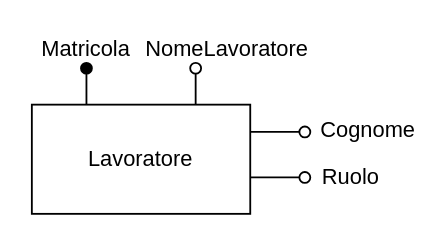
Before: page "Lavoratore" (6 of 8) of Relazione/Schema ER/scheletro.drawio in martafra/BD-Chat-Multicanale, a draw.io diagram. Source tidied: cells renumbered, new cells numbered last; positions are measured from the earlier drawing's top-left corner, leaving out a move shared by most shapes. Both pictures are drawn from the tidied source at 182%, with x=0, y=0 at pixel (31, 31).
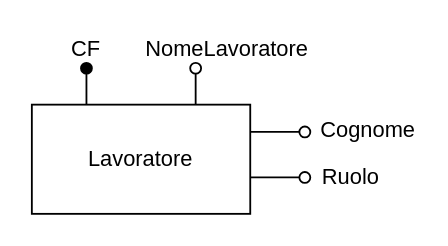
After the change.

What changed in the source:
```diff
@@
 <mxGraphModel>
   <root>
     <mxCell id="0" />
     <mxCell id="1" parent="0" />
     <mxCell id="2" style="edgeStyle=orthogonalEdgeStyle;rounded=0;jettySize=auto;html=1;exitX=0.25;exitY=0;exitDx=0;exitDy=0;endArrow=oval;endFill=1;" parent="1" edge="1" source="5">
       <mxGeometry relative="1" as="geometry">
         <mxPoint x="30" y="20" as="targetPoint" />
       </mxGeometry>
     </mxCell>
     <mxCell id="3" style="edgeStyle=orthogonalEdgeStyle;rounded=0;jettySize=auto;html=1;exitX=0.75;exitY=0;exitDx=0;exitDy=0;endArrow=oval;endFill=0;" parent="1" edge="1" source="5">
       <mxGeometry relative="1" as="geometry">
         <mxPoint x="90" y="20" as="targetPoint" />
       </mxGeometry>
     </mxCell>
     <mxCell id="4" style="edgeStyle=orthogonalEdgeStyle;rounded=0;jettySize=auto;html=1;exitX=1;exitY=0.25;exitDx=0;exitDy=0;endArrow=oval;endFill=0;" parent="1" edge="1" source="5">
       <mxGeometry relative="1" as="geometry">
         <mxPoint x="150" y="55" as="targetPoint" />
       </mxGeometry>
     </mxCell>
     <mxCell id="5" value="Lavoratore" style="rounded=0;whiteSpace=wrap;html=1;" parent="1" vertex="1">
       <mxGeometry y="40" width="120" height="60" as="geometry" />
     </mxCell>
-    <mxCell id="6" value="Matricola" style="text;html=1;strokeColor=none;fillColor=none;align=center;verticalAlign=middle;whiteSpace=wrap;rounded=0;" parent="1" vertex="1">
+    <mxCell id="6" value="CF" style="text;html=1;strokeColor=none;fillColor=none;align=center;verticalAlign=middle;whiteSpace=wrap;rounded=0;" parent="1" vertex="1">
       <mxGeometry x="10" width="40" height="20" as="geometry" />
     </mxCell>
     <mxCell id="7" value="NomeLavoratore" style="text;html=1;strokeColor=none;fillColor=none;align=center;verticalAlign=middle;whiteSpace=wrap;rounded=0;" parent="1" vertex="1">
       <mxGeometry x="62.5" width="89" height="20" as="geometry" />
     </mxCell>
     <mxCell id="8" value="Cognome" style="text;html=1;strokeColor=none;fillColor=none;align=center;verticalAlign=middle;whiteSpace=wrap;rounded=0;" parent="1" vertex="1">
       <mxGeometry x="160" y="44" width="50" height="20" as="geometry" />
     </mxCell>
     <mxCell id="9" style="edgeStyle=orthogonalEdgeStyle;rounded=0;orthogonalLoop=1;jettySize=auto;html=1;exitX=1;exitY=0.25;exitDx=0;exitDy=0;endArrow=oval;endFill=0;" parent="1" edge="1">
       <mxGeometry relative="1" as="geometry">
         <mxPoint x="120" y="80" as="sourcePoint" />
         <mxPoint x="150" y="80" as="targetPoint" />
         <Array as="points">
           <mxPoint x="127" y="80" />
           <mxPoint x="127" y="80" />
         </Array>
       </mxGeometry>
     </mxCell>
     <mxCell id="10" value="Ruolo" style="text;html=1;strokeColor=none;fillColor=none;align=center;verticalAlign=middle;whiteSpace=wrap;rounded=0;" parent="1" vertex="1">
       <mxGeometry x="162" y="75" width="27" height="9" as="geometry" />
     </mxCell>
   </root>
 </mxGraphModel>
```
